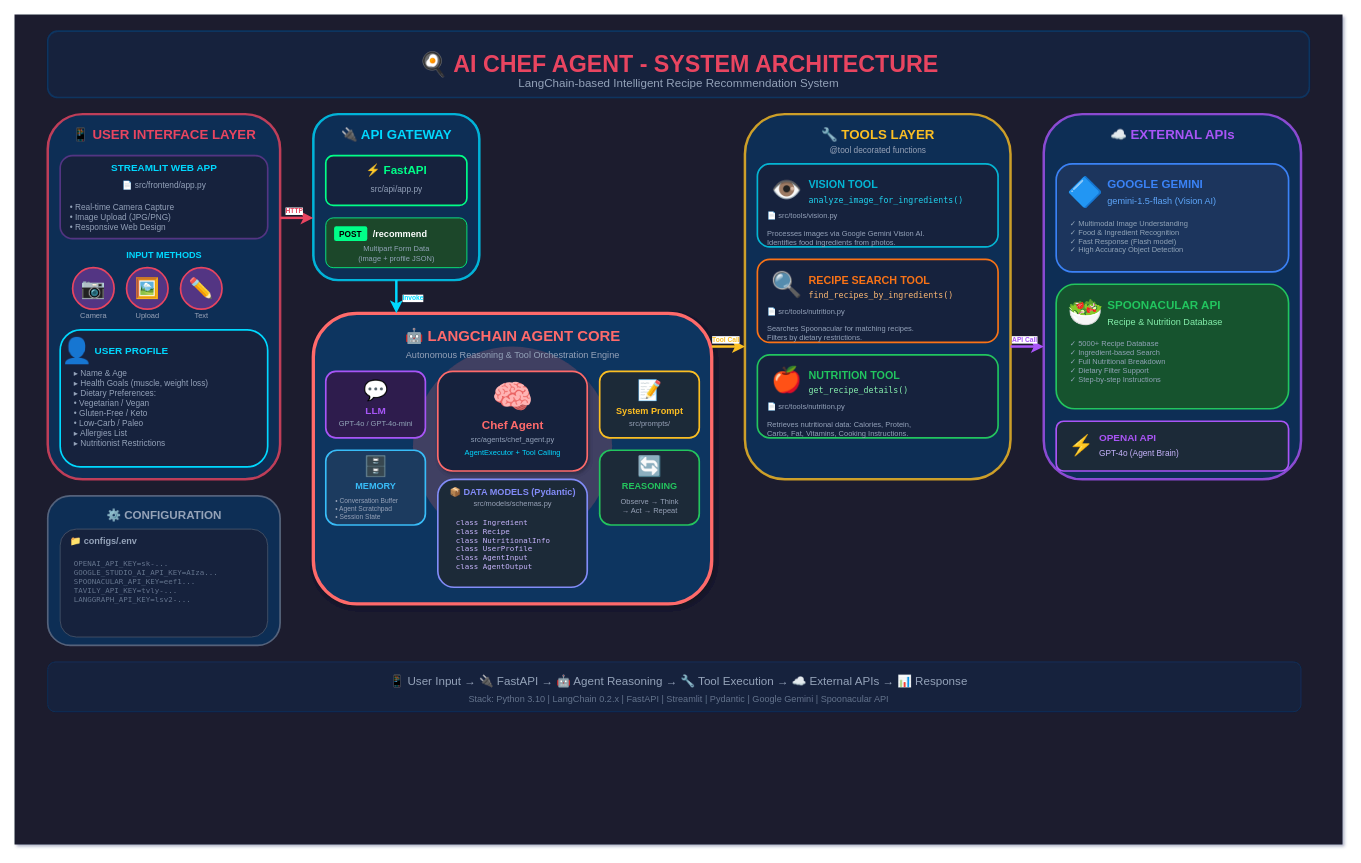
Above: docs/agent_architecture.drawio in PabloJGD/proy_nutria (draw.io), before the change. Source tidied: cells renumbered, new cells numbered last; positions are measured from the earlier drawing's top-left corner, leaving out a move shared by most shapes. Both pictures are drawn from the tidied source at 83%, with x=0, y=0 at pixel (14, 14).
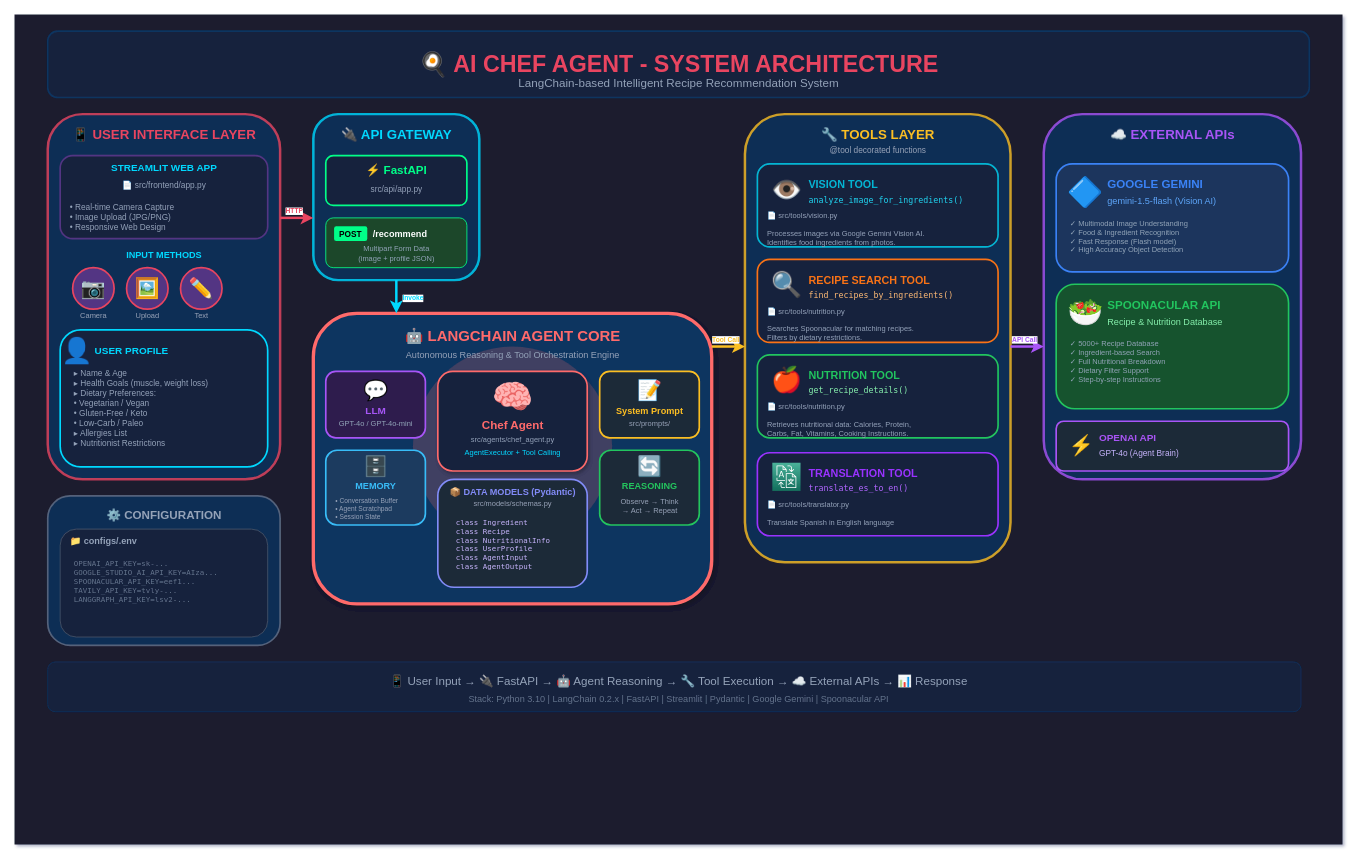
Above is the later version.

Commit message:
update: added translator function into the architecture

The edit, as a diff of the source:
```diff
@@
     <mxCell id="61" style="rounded=1;whiteSpace=wrap;html=1;fillColor=#0f3460;strokeColor=#fbbf24;strokeWidth=3;opacity=80;" parent="1" vertex="1">
-      <mxGeometry x="880" y="120" width="320" height="440" as="geometry" />
+      <mxGeometry x="880" y="120" width="320" height="540" as="geometry" />
     </mxCell>
@@
+    <mxCell id="114" style="rounded=1;whiteSpace=wrap;html=1;fillColor=#16213e;strokeColor=#9933FF;strokeWidth=2;" parent="1" vertex="1">
+      <mxGeometry x="895" y="528" width="290" height="100" as="geometry" />
+    </mxCell>
+    <mxCell id="115" value="TRANSLATION TOOL" style="text;html=1;strokeColor=none;fillColor=none;align=left;verticalAlign=middle;fontSize=13;fontStyle=1;fontColor=#9933FF;" parent="1" vertex="1">
+      <mxGeometry x="955" y="543" width="220" height="20" as="geometry" />
+    </mxCell>
+    <mxCell id="116" value="translate_es_to_en()" style="text;html=1;strokeColor=none;fillColor=none;align=left;verticalAlign=middle;fontSize=10;fontColor=#B266FF;fontFamily=monospace;" parent="1" vertex="1">
+      <mxGeometry x="955" y="563" width="220" height="15" as="geometry" />
+    </mxCell>
+    <mxCell id="117" value="📄 src/tools/translator.py" style="text;html=1;strokeColor=none;fillColor=none;align=left;verticalAlign=middle;fontSize=9;fontColor=#94a3b8;" parent="1" vertex="1">
+      <mxGeometry x="905" y="583" width="150" height="15" as="geometry" />
+    </mxCell>
+    <mxCell id="118" value="Translate Spanish in English language" style="text;html=1;strokeColor=none;fillColor=none;align=left;verticalAlign=top;fontSize=9;fontColor=#94a3b8;" parent="1" vertex="1">
+      <mxGeometry x="905" y="600" width="280" height="25" as="geometry" />
+    </mxCell>
+    <mxCell id="119" style="sketch=0;fontColor=#232F3E;gradientColor=#4AB29A;gradientDirection=north;fillColor=#116D5B;strokeColor=#ffffff;dashed=0;verticalLabelPosition=bottom;verticalAlign=top;align=center;html=1;fontSize=12;fontStyle=0;shape=mxgraph.aws4.resourceIcon;resIcon=mxgraph.aws4.translate;" parent="1" vertex="1">
+      <mxGeometry x="913" y="540" width="34" height="34" as="geometry" />
+    </mxCell>
```
